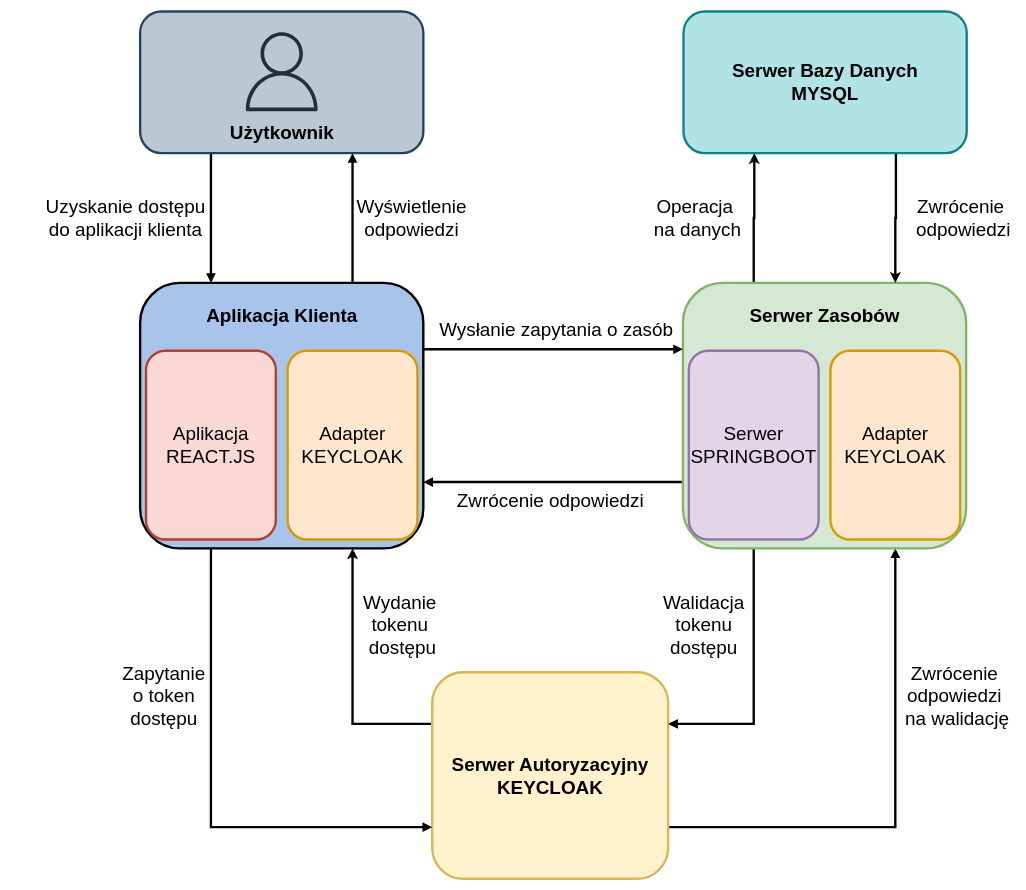
This is diagram_komponentów.drawio from piskorr/fitstat, a draw.io file, before an edit. Source tidied: cells renumbered, new cells numbered last; positions are measured from the earlier drawing's top-left corner, leaving out a move shared by most shapes. Both pictures are drawn from the tidied source at 59%, with x=0, y=0 at pixel (40, 11).
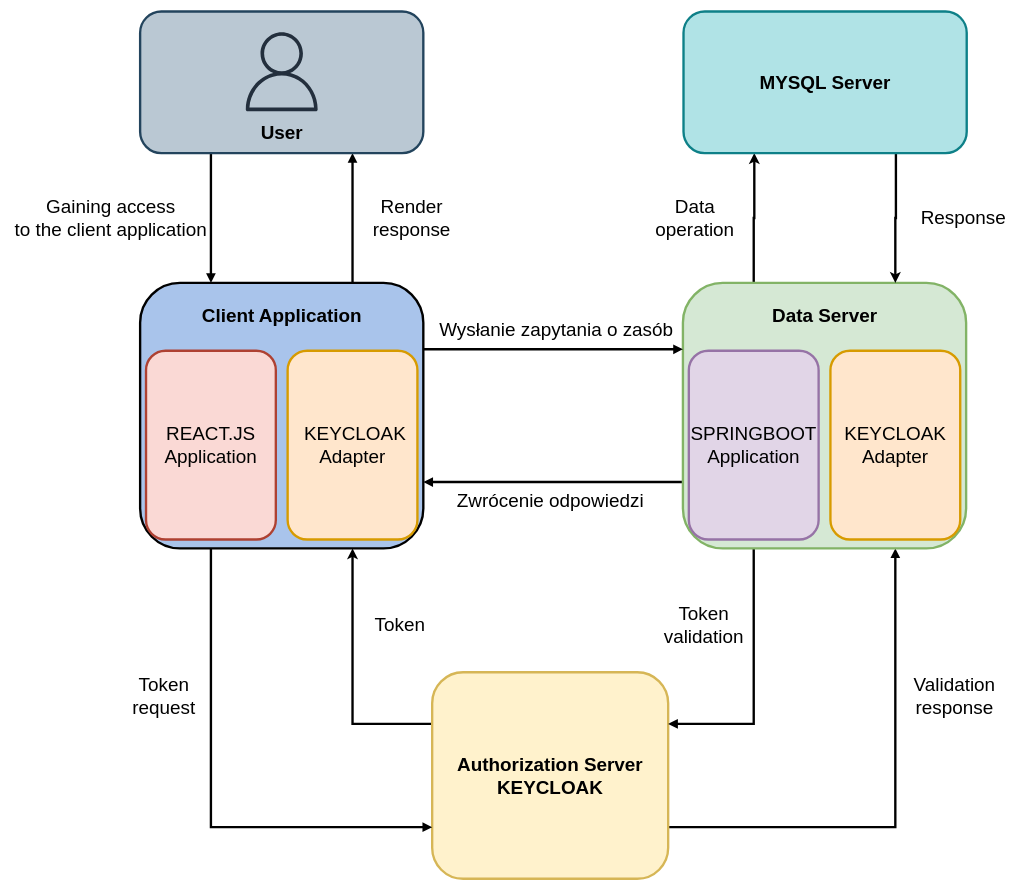
The same page after the edit.

What changed in the source:
```diff
@@
-    <mxCell id="4" value="&lt;font style=&quot;font-size: 32px&quot;&gt;Serwer Autoryzacyjny&lt;br&gt;KEYCLOAK&lt;/font&gt;" style="rounded=1;whiteSpace=wrap;html=1;fontStyle=1;fontSize=20;labelBackgroundColor=none;fillColor=#fff2cc;strokeColor=#d6b656;strokeWidth=4;" parent="1" vertex="1">
+    <mxCell id="4" value="&lt;span style=&quot;font-size: 32px&quot;&gt;Authorization Server KEYCLOAK&lt;/span&gt;" style="rounded=1;whiteSpace=wrap;html=1;fontStyle=1;fontSize=20;labelBackgroundColor=none;fillColor=#fff2cc;strokeColor=#d6b656;strokeWidth=4;" parent="1" vertex="1">
       <mxGeometry x="665" y="1120" width="400" height="350" as="geometry" />
     </mxCell>
@@
-    <mxCell id="16" value="Walidacja &lt;br style=&quot;font-size: 32px&quot;&gt;tokenu&lt;br style=&quot;font-size: 32px&quot;&gt;dostępu" style="text;html=1;align=center;verticalAlign=middle;strokeColor=none;fillColor=none;fontSize=32;fontColor=#000000;strokeWidth=4;" parent="1" vertex="1">
-      <mxGeometry x="1050" y="980" width="150" height="120" as="geometry" />
+    <mxCell id="16" value="Token&lt;br&gt;validation" style="text;html=1;align=center;verticalAlign=middle;strokeColor=none;fillColor=none;fontSize=32;fontColor=#000000;strokeWidth=4;" parent="1" vertex="1">
+      <mxGeometry x="1050" y="1000" width="150" height="80" as="geometry" />
     </mxCell>
-    <mxCell id="17" value="Zwrócenie &lt;br style=&quot;font-size: 32px;&quot;&gt;odpowiedzi&lt;br style=&quot;font-size: 32px;&quot;&gt;&amp;nbsp;na walidację" style="text;html=1;align=center;verticalAlign=middle;strokeColor=none;fillColor=none;fontSize=32;fontColor=#000000;strokeWidth=4;" parent="1" vertex="1">
-      <mxGeometry x="1450" y="1100" width="200" height="120" as="geometry" />
+    <mxCell id="17" value="Validation&lt;br&gt;response" style="text;html=1;align=center;verticalAlign=middle;strokeColor=none;fillColor=none;fontSize=32;fontColor=#000000;strokeWidth=4;" parent="1" vertex="1">
+      <mxGeometry x="1475" y="1120" width="150" height="80" as="geometry" />
     </mxCell>
-    <mxCell id="18" value="Wydanie &lt;br style=&quot;font-size: 32px&quot;&gt;tokenu&lt;br style=&quot;font-size: 32px&quot;&gt;&amp;nbsp;dostępu" style="text;html=1;align=center;verticalAlign=middle;strokeColor=none;fillColor=none;fontSize=32;fontColor=#000000;strokeWidth=4;" parent="1" vertex="1">
-      <mxGeometry x="540" y="980" width="140" height="120" as="geometry" />
+    <mxCell id="18" value="Token" style="text;html=1;align=center;verticalAlign=middle;strokeColor=none;fillColor=none;fontSize=32;fontColor=#000000;strokeWidth=4;" parent="1" vertex="1">
+      <mxGeometry x="560" y="1020" width="100" height="40" as="geometry" />
     </mxCell>
-    <mxCell id="19" value="Zapytanie &lt;br style=&quot;font-size: 32px;&quot;&gt;o token &lt;br style=&quot;font-size: 32px;&quot;&gt;dostępu" style="text;html=1;align=center;verticalAlign=middle;strokeColor=none;fillColor=none;fontSize=32;fontColor=#000000;strokeWidth=4;" parent="1" vertex="1">
-      <mxGeometry x="130" y="1100" width="160" height="120" as="geometry" />
+    <mxCell id="19" value="Token &lt;br&gt;request" style="text;html=1;align=center;verticalAlign=middle;strokeColor=none;fillColor=none;fontSize=32;fontColor=#000000;strokeWidth=4;" parent="1" vertex="1">
+      <mxGeometry x="150" y="1120" width="120" height="80" as="geometry" />
     </mxCell>
-    <mxCell id="20" value="Uzyskanie dostępu&lt;br style=&quot;font-size: 32px;&quot;&gt;do aplikacji klienta" style="text;html=1;align=center;verticalAlign=middle;strokeColor=none;fillColor=none;fontSize=32;fontColor=#000000;strokeWidth=4;" parent="1" vertex="1">
-      <mxGeometry y="310" width="290" height="80" as="geometry" />
+    <mxCell id="20" value="Gaining access &lt;br&gt;to the client application" style="text;html=1;align=center;verticalAlign=middle;strokeColor=none;fillColor=none;fontSize=32;fontColor=#000000;strokeWidth=4;" parent="1" vertex="1">
+      <mxGeometry x="-50" y="310" width="340" height="80" as="geometry" />
     </mxCell>
-    <mxCell id="21" value="Wyświetlenie&lt;br style=&quot;font-size: 32px;&quot;&gt;odpowiedzi" style="text;html=1;align=center;verticalAlign=middle;strokeColor=none;fillColor=none;fontSize=32;fontColor=#000000;strokeWidth=4;" parent="1" vertex="1">
-      <mxGeometry x="530" y="310" width="200" height="80" as="geometry" />
+    <mxCell id="21" value="Render &lt;br&gt;response" style="text;html=1;align=center;verticalAlign=middle;strokeColor=none;fillColor=none;fontSize=32;fontColor=#000000;strokeWidth=4;" parent="1" vertex="1">
+      <mxGeometry x="555" y="310" width="150" height="80" as="geometry" />
     </mxCell>
-    <mxCell id="22" value="&lt;span style=&quot;font-size: 32px&quot;&gt;Adapter KEYCLOAK&lt;/span&gt;" style="rounded=1;whiteSpace=wrap;html=1;fillColor=#ffe6cc;strokeColor=#d79b00;strokeWidth=4;" parent="1" vertex="1">
+    <mxCell id="22" value="&lt;span style=&quot;font-size: 32px&quot;&gt;KEYCLOAK Adapter&lt;/span&gt;" style="rounded=1;whiteSpace=wrap;html=1;fillColor=#ffe6cc;strokeColor=#d79b00;strokeWidth=4;" parent="1" vertex="1">
       <mxGeometry x="1340" y="575" width="220" height="320" as="geometry" />
     </mxCell>
-    <mxCell id="23" value="&lt;span style=&quot;font-size: 32px&quot;&gt;Serwer SPRINGBOOT&lt;/span&gt;" style="rounded=1;whiteSpace=wrap;html=1;fillColor=#e1d5e7;strokeColor=#9673a6;strokeWidth=4;" parent="1" vertex="1">
+    <mxCell id="23" value="&lt;span style=&quot;font-size: 32px&quot;&gt;SPRINGBOOT&lt;br&gt;Application&lt;br&gt;&lt;/span&gt;" style="rounded=1;whiteSpace=wrap;html=1;fillColor=#e1d5e7;strokeColor=#9673a6;strokeWidth=4;" parent="1" vertex="1">
       <mxGeometry x="1100" y="575" width="220" height="320" as="geometry" />
     </mxCell>
-    <mxCell id="24" value="&lt;font style=&quot;font-size: 32px&quot;&gt;Adapter KEYCLOAK&lt;/font&gt;" style="rounded=1;whiteSpace=wrap;html=1;fillColor=#ffe6cc;strokeColor=#d79b00;strokeWidth=4;" parent="1" vertex="1">
+    <mxCell id="24" value="&lt;font style=&quot;font-size: 32px&quot;&gt;&amp;nbsp;KEYCLOAK&lt;br&gt;Adapter&lt;br&gt;&lt;/font&gt;" style="rounded=1;whiteSpace=wrap;html=1;fillColor=#ffe6cc;strokeColor=#d79b00;strokeWidth=4;" parent="1" vertex="1">
       <mxGeometry x="420" y="575" width="220" height="320" as="geometry" />
     </mxCell>
-    <mxCell id="25" value="&lt;font style=&quot;font-size: 32px&quot;&gt;Aplikacja REACT.JS&lt;/font&gt;" style="rounded=1;whiteSpace=wrap;html=1;fillColor=#fad9d5;strokeColor=#ae4132;strokeWidth=4;" parent="1" vertex="1">
+    <mxCell id="25" value="&lt;font style=&quot;font-size: 32px&quot;&gt;REACT.JS Application&lt;/font&gt;" style="rounded=1;whiteSpace=wrap;html=1;fillColor=#fad9d5;strokeColor=#ae4132;strokeWidth=4;" parent="1" vertex="1">
       <mxGeometry x="180" y="575" width="220" height="320" as="geometry" />
     </mxCell>
-    <mxCell id="26" value="&lt;font style=&quot;font-size: 32px&quot;&gt;&lt;b&gt;Aplikacja Klienta&lt;/b&gt;&lt;/font&gt;" style="text;html=1;align=center;verticalAlign=middle;strokeColor=none;fillColor=none;strokeWidth=4;" parent="1" vertex="1">
-      <mxGeometry x="275" y="500" width="270" height="30" as="geometry" />
+    <mxCell id="26" value="&lt;font style=&quot;font-size: 32px&quot;&gt;&lt;b&gt;Client Application&lt;/b&gt;&lt;/font&gt;" style="text;html=1;align=center;verticalAlign=middle;strokeColor=none;fillColor=none;strokeWidth=4;" parent="1" vertex="1">
+      <mxGeometry x="265" y="500" width="290" height="30" as="geometry" />
     </mxCell>
-    <mxCell id="27" value="&lt;font style=&quot;font-size: 32px&quot;&gt;&lt;b&gt;Serwer Zasobów&lt;/b&gt;&lt;/font&gt;" style="text;html=1;align=center;verticalAlign=middle;strokeColor=none;fillColor=none;strokeWidth=4;" parent="1" vertex="1">
-      <mxGeometry x="1195" y="500" width="270" height="30" as="geometry" />
+    <mxCell id="27" value="&lt;font style=&quot;font-size: 32px&quot;&gt;&lt;b&gt;Data Server&lt;/b&gt;&lt;/font&gt;" style="text;html=1;align=center;verticalAlign=middle;strokeColor=none;fillColor=none;strokeWidth=4;" parent="1" vertex="1">
+      <mxGeometry x="1235" y="500" width="190" height="30" as="geometry" />
     </mxCell>
@@
-    <mxCell id="30" value="Użytkownik" style="text;html=1;align=center;verticalAlign=middle;strokeColor=none;fillColor=none;fontSize=32;fontStyle=1;strokeWidth=4;" parent="1" vertex="1">
-      <mxGeometry x="315" y="185" width="190" height="40" as="geometry" />
+    <mxCell id="30" value="User" style="text;html=1;align=center;verticalAlign=middle;strokeColor=none;fillColor=none;fontSize=32;fontStyle=1;strokeWidth=4;" parent="1" vertex="1">
+      <mxGeometry x="365" y="185" width="90" height="40" as="geometry" />
     </mxCell>
@@
-    <mxCell id="32" value="&lt;span style=&quot;font-size: 32px&quot;&gt;Serwer Bazy Danych&lt;br&gt;MYSQL&lt;br&gt;&lt;/span&gt;" style="rounded=1;whiteSpace=wrap;html=1;fontStyle=1;fontSize=20;labelBackgroundColor=none;fillColor=#b0e3e6;strokeColor=#0e8088;strokeWidth=4;" parent="1" vertex="1">
+    <mxCell id="32" value="&lt;span style=&quot;font-size: 32px&quot;&gt;MYSQL Server&lt;br&gt;&lt;/span&gt;" style="rounded=1;whiteSpace=wrap;html=1;fontStyle=1;fontSize=20;labelBackgroundColor=none;fillColor=#b0e3e6;strokeColor=#0e8088;strokeWidth=4;" parent="1" vertex="1">
       <mxGeometry x="1091" width="480" height="240" as="geometry" />
     </mxCell>
-    <mxCell id="33" value="Operacja&lt;br&gt;&amp;nbsp;na danych" style="text;html=1;align=center;verticalAlign=middle;strokeColor=none;fillColor=none;fontSize=32;" parent="1" vertex="1">
-      <mxGeometry x="1025" y="310" width="170" height="80" as="geometry" />
+    <mxCell id="33" value="Data&lt;br&gt;operation" style="text;html=1;align=center;verticalAlign=middle;strokeColor=none;fillColor=none;fontSize=32;" parent="1" vertex="1">
+      <mxGeometry x="1035" y="310" width="150" height="80" as="geometry" />
     </mxCell>
-    <mxCell id="34" value="Zwrócenie&amp;nbsp;&lt;br&gt;odpowiedzi" style="text;html=1;align=center;verticalAlign=middle;strokeColor=none;fillColor=none;fontSize=32;" parent="1" vertex="1">
-      <mxGeometry x="1475" y="310" width="180" height="80" as="geometry" />
+    <mxCell id="34" value="Response" style="text;html=1;align=center;verticalAlign=middle;strokeColor=none;fillColor=none;fontSize=32;" parent="1" vertex="1">
+      <mxGeometry x="1485" y="330" width="160" height="40" as="geometry" />
     </mxCell>
```
